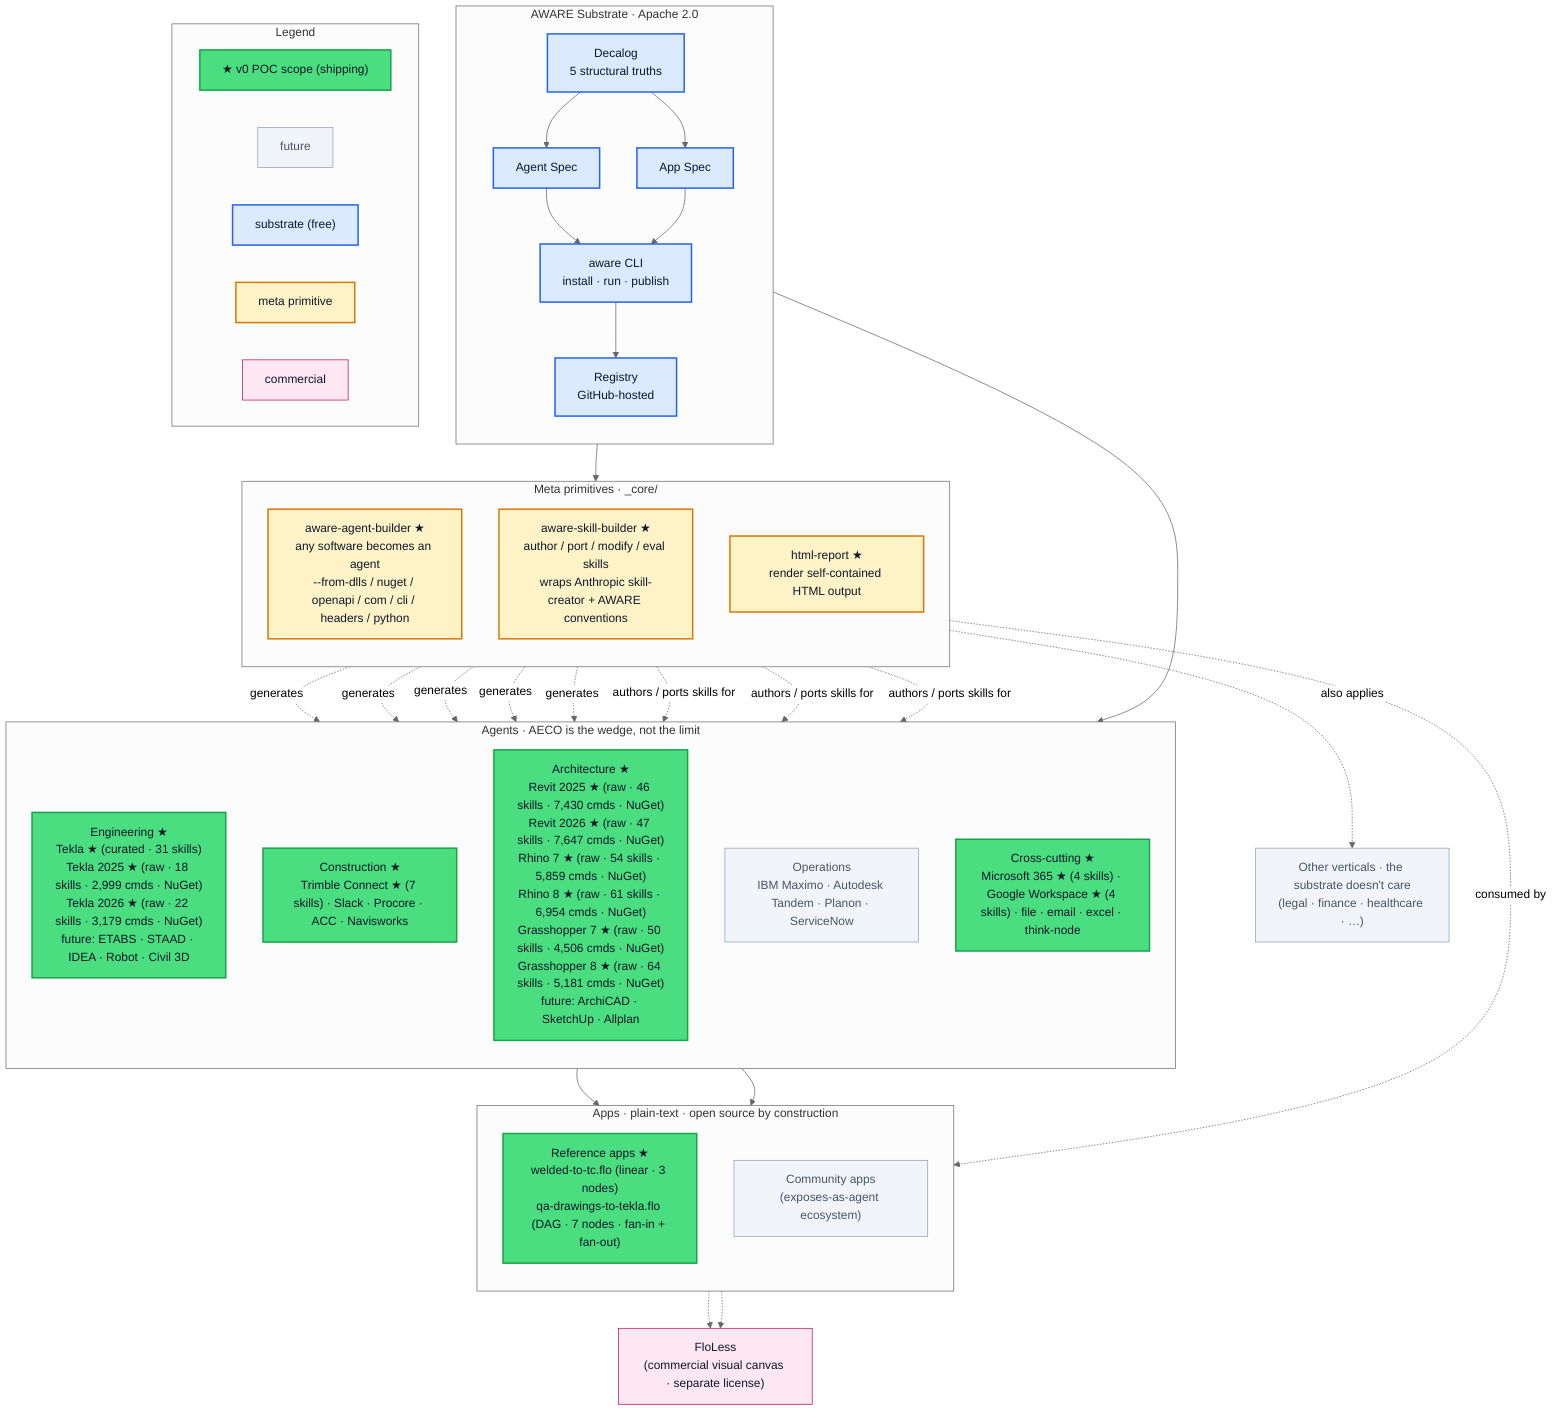
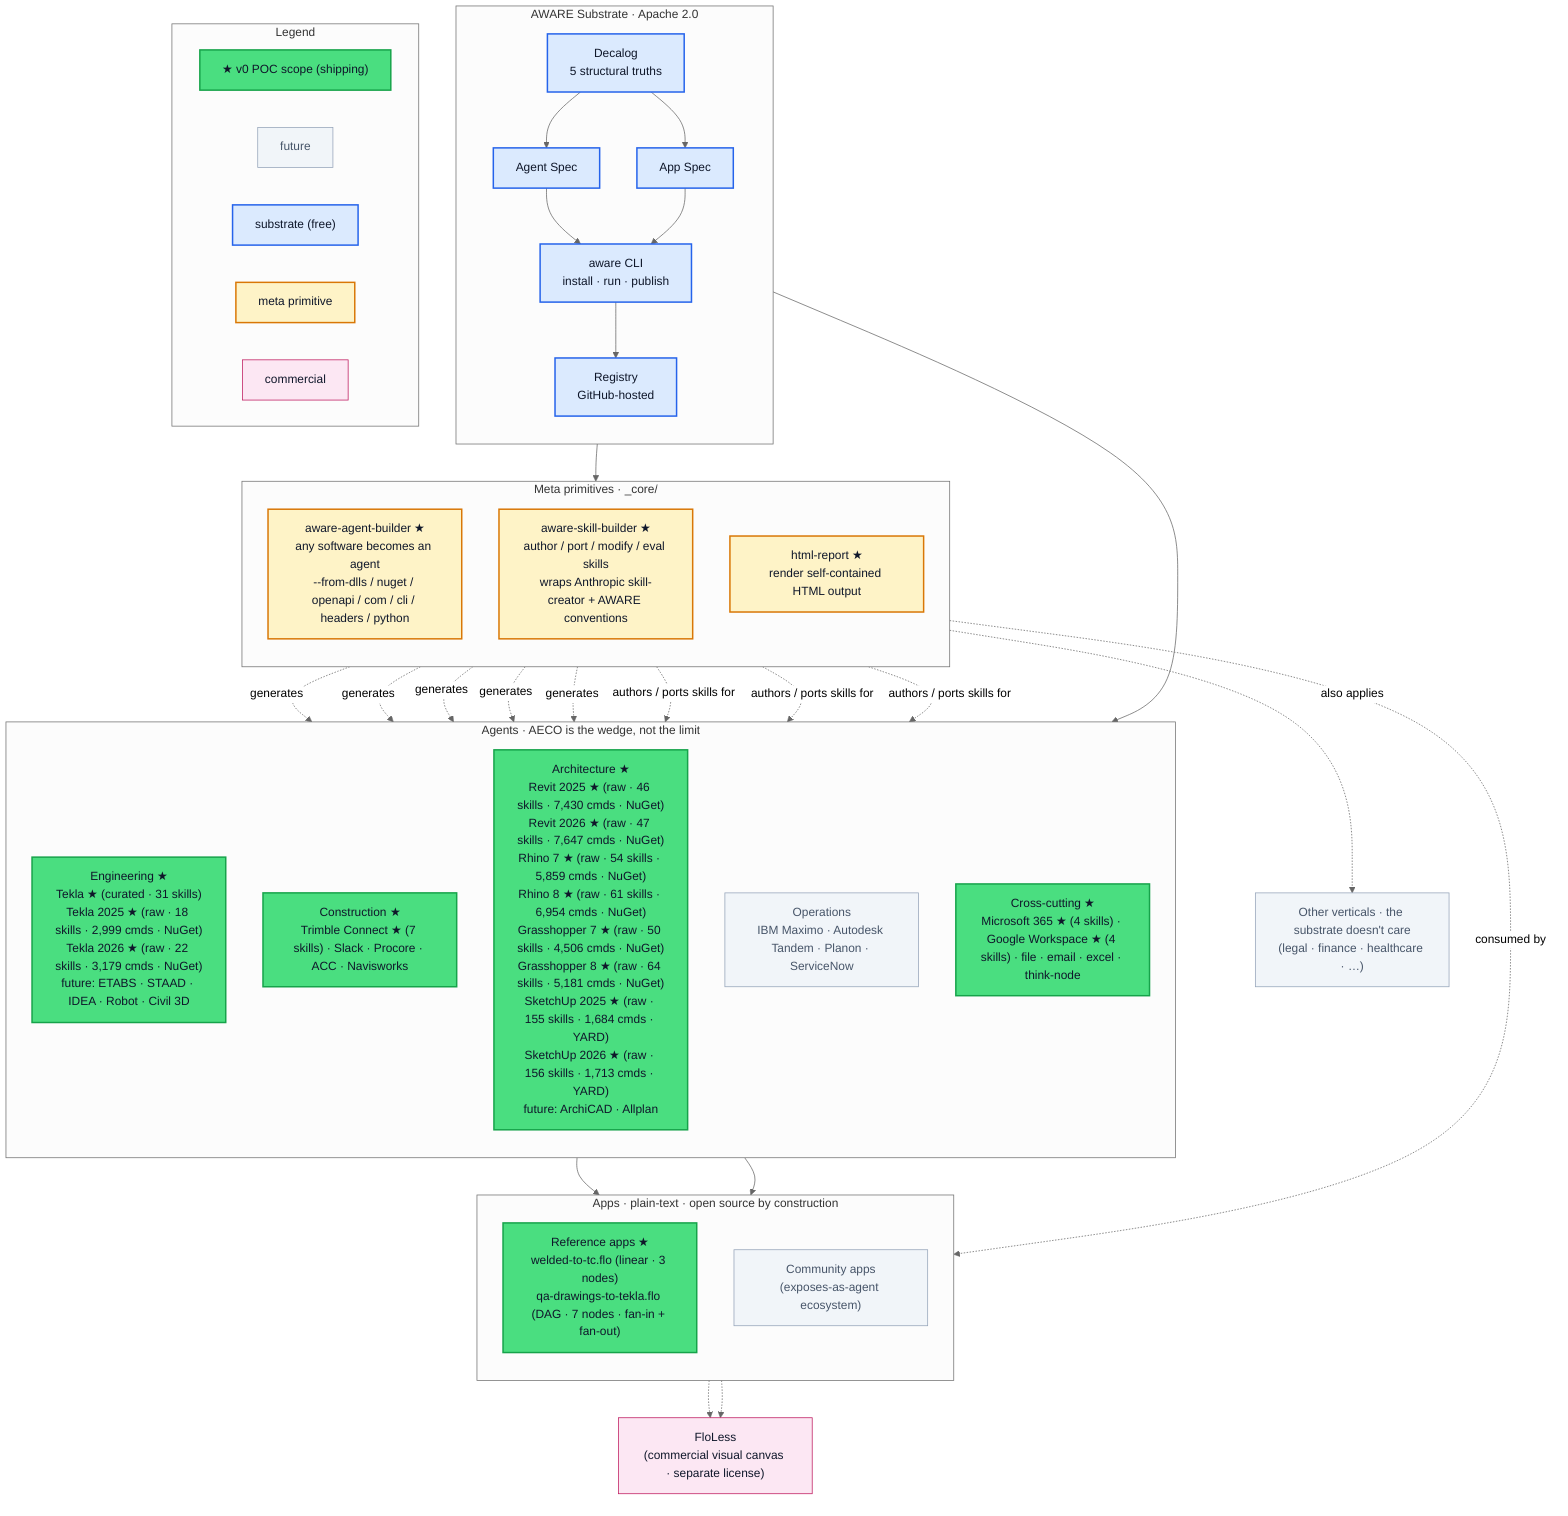
%%{init: {'theme':'neutral'}}%%
graph TB

  %% =========================================================
  %% Style classes
  %% =========================================================
  classDef poc        fill:#4ade80,stroke:#16a34a,color:#0f172a,stroke-width:2px
  classDef future     fill:#f1f5f9,stroke:#94a3b8,color:#475569
  classDef substrate  fill:#dbeafe,stroke:#2563eb,color:#0f172a,stroke-width:2px
  classDef meta       fill:#fef3c7,stroke:#d97706,color:#0f172a,stroke-width:2px
  classDef app        fill:#e0e7ff,stroke:#6366f1,color:#0f172a
  classDef commercial fill:#fce7f3,stroke:#be185d,color:#0f172a

  %% =========================================================
  %% Substrate · Apache 2.0
  %% =========================================================
  subgraph SUB["AWARE Substrate · Apache 2.0"]
    direction TB
    Decalog["Decalog<br/>5 structural truths"]:::substrate
    AgentSpec["Agent Spec"]:::substrate
    AppSpec["App Spec"]:::substrate
    CLI["aware CLI<br/>install · run · publish"]:::substrate
    Registry["Registry<br/>GitHub-hosted"]:::substrate

    Decalog --> AgentSpec
    Decalog --> AppSpec
    AgentSpec --> CLI
    AppSpec --> CLI
    CLI --> Registry
  end

  %% =========================================================
  %% Meta primitives — under _core/
  %% =========================================================
  subgraph META["Meta primitives · _core/"]
    direction TB
    Builder["aware-agent-builder ★<br/>any software becomes an agent<br/>--from-dlls / nuget / openapi / com / cli / headers / python"]:::meta
    SkillBuilder["aware-skill-builder ★<br/>author / port / modify / eval skills<br/>wraps Anthropic skill-creator + AWARE conventions"]:::meta
    HtmlReport["html-report ★<br/>render self-contained HTML output"]:::meta
  end

  %% =========================================================
  %% Agents · AECO (the wedge)
  %% =========================================================
  subgraph AGENTS["Agents · AECO is the wedge, not the limit"]
    direction TB

    Eng["Engineering ★<br/>Tekla ★ (curated · 31 skills)<br/>Tekla 2025 ★ (raw · 18 skills · 2,999 cmds · NuGet)<br/>Tekla 2026 ★ (raw · 22 skills · 3,179 cmds · NuGet)<br/>future: ETABS · STAAD · IDEA · Robot · Civil 3D"]:::poc
    Cons["Construction ★<br/>Trimble Connect ★ (7 skills) · Slack · Procore · ACC · Navisworks"]:::poc
-     Arch["Architecture ★<br/>Revit 2025 ★ (raw · 46 skills · 7,430 cmds · NuGet)<br/>Revit 2026 ★ (raw · 47 skills · 7,647 cmds · NuGet)<br/>Rhino 7 ★ (raw · 54 skills · 5,859 cmds · NuGet)<br/>Rhino 8 ★ (raw · 61 skills · 6,954 cmds · NuGet)<br/>Grasshopper 7 ★ (raw · 50 skills · 4,506 cmds · NuGet)<br/>Grasshopper 8 ★ (raw · 64 skills · 5,181 cmds · NuGet)<br/>future: ArchiCAD · SketchUp · Allplan"]:::poc
+     Arch["Architecture ★<br/>Revit 2025 ★ (raw · 46 skills · 7,430 cmds · NuGet)<br/>Revit 2026 ★ (raw · 47 skills · 7,647 cmds · NuGet)<br/>Rhino 7 ★ (raw · 54 skills · 5,859 cmds · NuGet)<br/>Rhino 8 ★ (raw · 61 skills · 6,954 cmds · NuGet)<br/>Grasshopper 7 ★ (raw · 50 skills · 4,506 cmds · NuGet)<br/>Grasshopper 8 ★ (raw · 64 skills · 5,181 cmds · NuGet)<br/>SketchUp 2025 ★ (raw · 155 skills · 1,684 cmds · YARD)<br/>SketchUp 2026 ★ (raw · 156 skills · 1,713 cmds · YARD)<br/>future: ArchiCAD · Allplan"]:::poc
    Ops["Operations<br/>IBM Maximo · Autodesk Tandem · Planon · ServiceNow"]:::future
    Cross["Cross-cutting ★<br/>Microsoft 365 ★ (4 skills) · Google Workspace ★ (4 skills) · file · email · excel · think-node"]:::poc
  end

  Other["Other verticals · the substrate doesn't care<br/>(legal · finance · healthcare · …)"]:::future

  %% =========================================================
  %% Apps · plain-text compositions
  %% =========================================================
  subgraph APPS["Apps · plain-text · open source by construction"]
    direction TB
    Refs["Reference apps ★<br/>welded-to-tc.flo (linear · 3 nodes)<br/>qa-drawings-to-tekla.flo (DAG · 7 nodes · fan-in + fan-out)"]:::poc
    Community["Community apps<br/>(exposes-as-agent ecosystem)"]:::future
  end

  %% =========================================================
  %% Commercial layer
  %% =========================================================
  FloLess["FloLess<br/>(commercial visual canvas · separate license)"]:::commercial

  %% =========================================================
  %% Wiring
  %% =========================================================
  Registry --> META
  Registry --> AGENTS

  Builder -. generates .-> Eng
  Builder -. generates .-> Cons
  Builder -. generates .-> Cross
  Builder -. generates .-> Arch
  Builder -. generates .-> Ops
  Builder -. also applies .-> Other

  SkillBuilder -. authors / ports skills for .-> Eng
  SkillBuilder -. authors / ports skills for .-> Cons
  SkillBuilder -. authors / ports skills for .-> Cross

  AGENTS --> Refs
  AGENTS --> Community
  HtmlReport -. consumed by .-> Refs

  Refs -.-> FloLess
  Community -.-> FloLess

  %% =========================================================
  %% Legend
  %% =========================================================
  subgraph LEGEND["Legend"]
    direction LR
    LegPoc["★ v0 POC scope (shipping)"]:::poc
    LegFut["future"]:::future
    LegSub["substrate (free)"]:::substrate
    LegMeta["meta primitive"]:::meta
    LegComm["commercial"]:::commercial
  end
